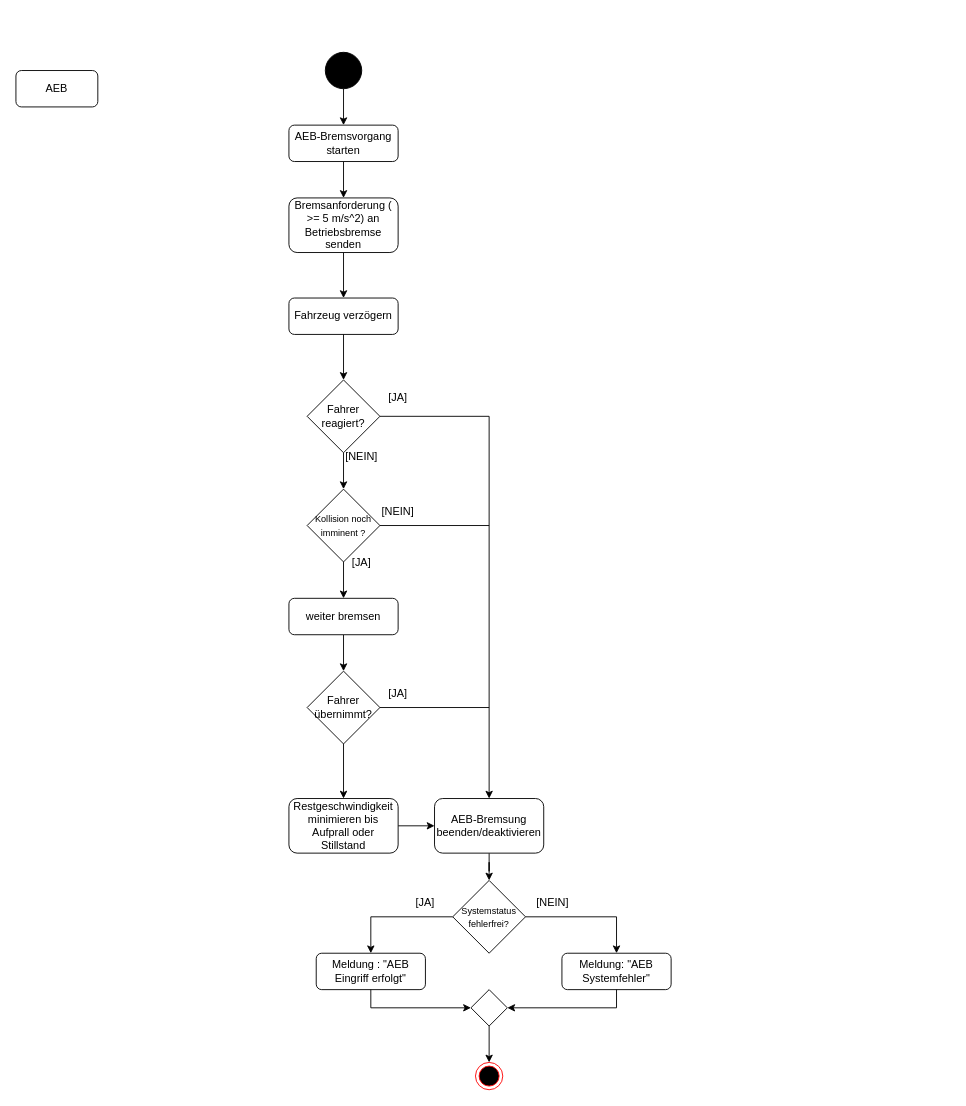
The draw.io diagram Aktivitätsdiagramm/DRAWIO Dateien/Aktivitätsdiagramm_AEB.drawio in Nickcoby/Informatik-in-Fzgsystemen, before the edit. Source tidied: cells renumbered, new cells numbered last; positions are measured from the earlier drawing's top-left corner, leaving out a move shared by most shapes. Both pictures are drawn from the tidied source at 91%, with x=0, y=0 at pixel (15, 52).
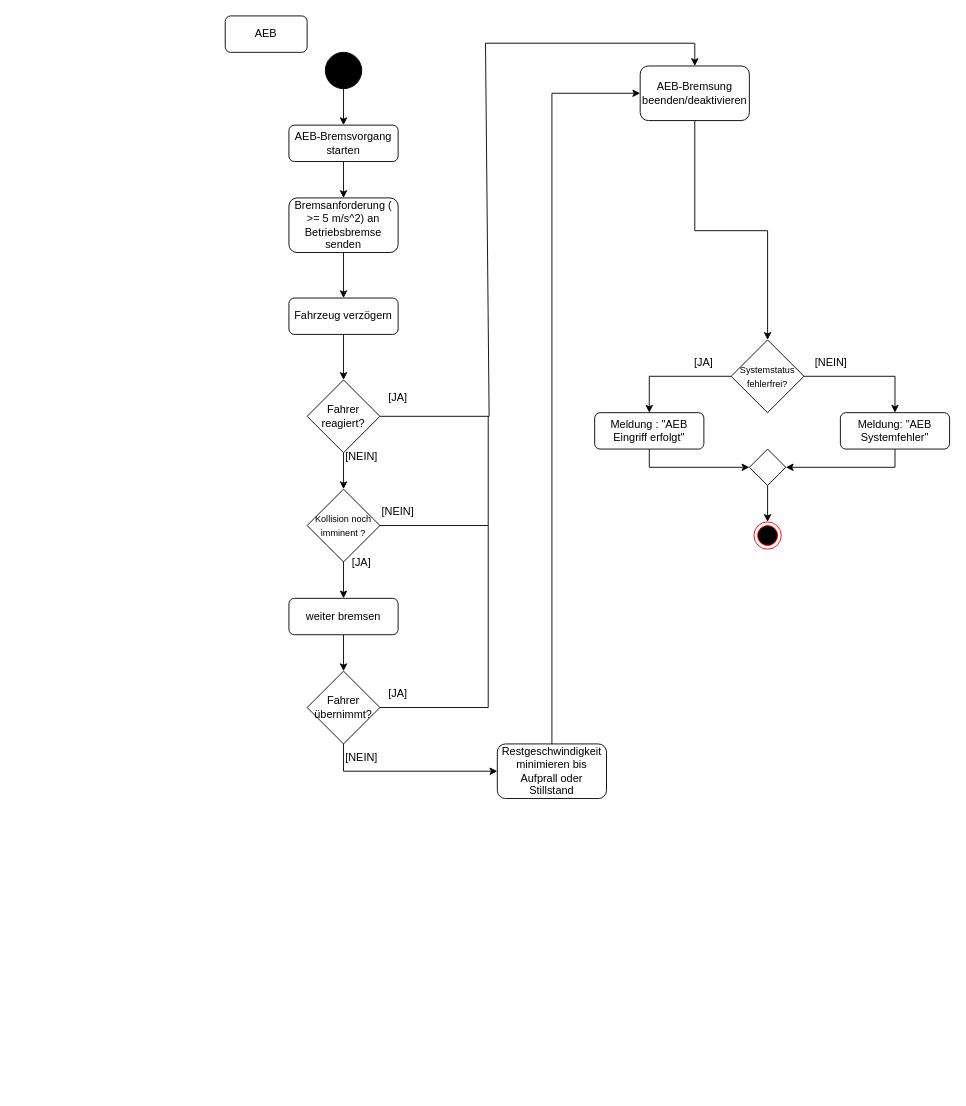
After the change.

Commit message (it also covers changes not shown here):
diagramm damit m,an besser sieht

Unchanged cells that the change refers to:
```xml
<mxCell id="10" value="Fahrer reagiert?" style="rhombus;whiteSpace=wrap;html=1;" parent="1" vertex="1">
  <mxGeometry x="320" y="360" width="80" height="80" as="geometry" />
</mxCell>
<mxCell id="17" value="&lt;font style=&quot;font-size: 10px; line-height: 100%;&quot;&gt;Kollision noch imminent ?&lt;/font&gt;" style="rhombus;whiteSpace=wrap;html=1;" parent="1" vertex="1">
  <mxGeometry x="320" y="480" width="80" height="80" as="geometry" />
</mxCell>
<mxCell id="25" value="Fahrer übernimmt?" style="rhombus;whiteSpace=wrap;html=1;" parent="1" vertex="1">
  <mxGeometry x="320" y="680" width="80" height="80" as="geometry" />
</mxCell>
```

What changed in the source:
```diff
@@
     <mxCell id="8" style="ellipse;html=1;shape=endState;fillColor=#000000;strokeColor=#ff0000;" parent="1" vertex="1">
-      <mxGeometry x="505" y="1110" width="30" height="30" as="geometry" />
+      <mxGeometry x="811" y="516" width="30" height="30" as="geometry" />
     </mxCell>
@@
     <mxCell id="12" style="edgeStyle=orthogonalEdgeStyle;rounded=0;jettySize=auto;html=1;" parent="1" edge="1" source="13" target="31">
-      <mxGeometry relative="1" as="geometry" />
+      <mxGeometry relative="1" as="geometry">
+        <Array as="points">
+          <mxPoint x="746" y="196" />
+          <mxPoint x="826" y="196" />
+        </Array>
+      </mxGeometry>
     </mxCell>
     <mxCell id="13" value="AEB-Bremsung beenden/deaktivieren" style="rounded=1;whiteSpace=wrap;html=1;" parent="1" vertex="1">
-      <mxGeometry x="460" y="820" width="120" height="60" as="geometry" />
+      <mxGeometry x="686" y="15" width="120" height="60" as="geometry" />
     </mxCell>
-    <mxCell id="14" style="endArrow=classic;html=1;rounded=0;exitX=1;exitY=0.5;exitDx=0;exitDy=0;entryX=0.5;entryY=0;entryDx=0;entryDy=0;" parent="1" edge="1" source="10">
+    <mxCell id="14" style="endArrow=classic;html=1;rounded=0;exitX=1;exitY=0.5;exitDx=0;exitDy=0;entryX=0.5;entryY=0;entryDx=0;entryDy=0;" parent="1" edge="1" source="10" target="13">
       <mxGeometry relative="1" as="geometry">
-        <mxPoint x="520" y="820" as="targetPoint" />
         <Array as="points">
           <mxPoint x="520" y="400" />
+          <mxPoint x="516" y="-10" />
+          <mxPoint x="746" y="-10" />
         </Array>
       </mxGeometry>
     </mxCell>
@@
-    <mxCell id="22" style="endArrow=none;html=1;rounded=0;exitX=1;exitY=0.5;exitDx=0;exitDy=0;" parent="1" edge="1" source="17">
-      <mxGeometry relative="1" as="geometry">
-        <mxPoint x="520" y="520" as="targetPoint" />
-      </mxGeometry>
-    </mxCell>
@@
-    <mxCell id="24" style="edgeStyle=orthogonalEdgeStyle;rounded=0;jettySize=auto;html=1;" parent="1" edge="1" source="25" target="29">
-      <mxGeometry relative="1" as="geometry" />
-    </mxCell>
@@
-    <mxCell id="26" style="endArrow=none;html=1;rounded=0;exitX=1;exitY=0.5;exitDx=0;exitDy=0;" parent="1" edge="1" source="25">
-      <mxGeometry relative="1" as="geometry">
-        <mxPoint x="520" y="720" as="targetPoint" />
-      </mxGeometry>
-    </mxCell>
@@
-    <mxCell id="28" style="edgeStyle=orthogonalEdgeStyle;rounded=0;jettySize=auto;html=1;" parent="1" edge="1" source="29" target="13">
-      <mxGeometry relative="1" as="geometry" />
-    </mxCell>
     <mxCell id="29" value="Restgeschwindigkeit minimieren bis Aufprall oder Stillstand" style="rounded=1;whiteSpace=wrap;html=1;" parent="1" vertex="1">
-      <mxGeometry x="300" y="820" width="120" height="60" as="geometry" />
+      <mxGeometry x="529" y="760" width="120" height="60" as="geometry" />
     </mxCell>
@@
     <mxCell id="31" value="&lt;font style=&quot;font-size: 10px;&quot;&gt;Systemstatus fehlerfrei?&lt;/font&gt;" style="rhombus;whiteSpace=wrap;html=1;" parent="1" vertex="1">
-      <mxGeometry x="480" y="910" width="80" height="80" as="geometry" />
+      <mxGeometry x="786" y="316" width="80" height="80" as="geometry" />
     </mxCell>
     <mxCell id="32" value="Meldung : &quot;AEB Eingriff erfolgt&quot;" style="rounded=1;whiteSpace=wrap;html=1;" parent="1" vertex="1">
-      <mxGeometry x="330" y="990" width="120" height="40" as="geometry" />
+      <mxGeometry x="636" y="396" width="120" height="40" as="geometry" />
     </mxCell>
     <mxCell id="33" value="Meldung: &quot;AEB Systemfehler&quot;" style="rounded=1;whiteSpace=wrap;html=1;" parent="1" vertex="1">
-      <mxGeometry x="600" y="990" width="120" height="40" as="geometry" />
+      <mxGeometry x="906" y="396" width="120" height="40" as="geometry" />
     </mxCell>
     <mxCell id="34" style="endArrow=classic;html=1;rounded=0;exitX=0;exitY=0.5;exitDx=0;exitDy=0;entryX=0.5;entryY=0;entryDx=0;entryDy=0;" parent="1" edge="1" source="31" target="32">
       <mxGeometry relative="1" as="geometry">
         <Array as="points">
-          <mxPoint x="390" y="950" />
+          <mxPoint x="696" y="356" />
         </Array>
       </mxGeometry>
     </mxCell>
     <mxCell id="35" style="endArrow=classic;html=1;rounded=0;exitX=1;exitY=0.5;exitDx=0;exitDy=0;entryX=0.5;entryY=0;entryDx=0;entryDy=0;" parent="1" edge="1" source="31" target="33">
       <mxGeometry relative="1" as="geometry">
         <Array as="points">
-          <mxPoint x="660" y="950" />
+          <mxPoint x="966" y="356" />
         </Array>
       </mxGeometry>
     </mxCell>
     <mxCell id="36" style="endArrow=classic;html=1;rounded=0;exitX=0.5;exitY=1;exitDx=0;exitDy=0;entryX=0;entryY=0.5;entryDx=0;entryDy=0;" parent="1" edge="1" source="32" target="37">
       <mxGeometry relative="1" as="geometry">
         <Array as="points">
-          <mxPoint x="390" y="1050" />
+          <mxPoint x="696" y="456" />
         </Array>
       </mxGeometry>
     </mxCell>
     <mxCell id="37" style="rhombus;whiteSpace=wrap;html=1;" parent="1" vertex="1">
-      <mxGeometry x="500" y="1030" width="40" height="40" as="geometry" />
+      <mxGeometry x="806" y="436" width="40" height="40" as="geometry" />
     </mxCell>
     <mxCell id="38" style="endArrow=classic;html=1;rounded=0;exitX=0.5;exitY=1;exitDx=0;exitDy=0;entryX=1;entryY=0.5;entryDx=0;entryDy=0;" parent="1" edge="1" source="33" target="37">
       <mxGeometry relative="1" as="geometry">
         <Array as="points">
-          <mxPoint x="660" y="1050" />
+          <mxPoint x="966" y="456" />
         </Array>
       </mxGeometry>
     </mxCell>
     <mxCell id="39" style="endArrow=classic;html=1;rounded=0;entryX=0.5;entryY=0;entryDx=0;entryDy=0;" parent="1" edge="1" target="8">
       <mxGeometry relative="1" as="geometry">
-        <mxPoint x="520" y="1070" as="sourcePoint" />
+        <mxPoint x="826" y="476" as="sourcePoint" />
       </mxGeometry>
     </mxCell>
     <mxCell id="40" value="[JA]" style="text;html=1;whiteSpace=wrap;strokeColor=none;fillColor=none;align=center;verticalAlign=middle;rounded=0;" parent="1" vertex="1">
-      <mxGeometry x="420" y="920" width="60" height="30" as="geometry" />
+      <mxGeometry x="726" y="326" width="60" height="30" as="geometry" />
     </mxCell>
     <mxCell id="41" value="[NEIN]" style="text;html=1;whiteSpace=wrap;strokeColor=none;fillColor=none;align=center;verticalAlign=middle;rounded=0;" parent="1" vertex="1">
-      <mxGeometry x="560" y="920" width="60" height="30" as="geometry" />
+      <mxGeometry x="866" y="326" width="60" height="30" as="geometry" />
     </mxCell>
     <mxCell id="42" value="AEB" style="rounded=1;whiteSpace=wrap;html=1;" parent="1" vertex="1">
-      <mxGeometry y="20" width="90" height="40" as="geometry" />
+      <mxGeometry x="230" y="-40" width="90" height="40" as="geometry" />
     </mxCell>
+    <mxCell id="43" style="endArrow=none;html=1;rounded=0;exitX=1;exitY=0.5;exitDx=0;exitDy=0;" parent="1" edge="1" source="17">
+      <mxGeometry relative="1" as="geometry">
+        <mxPoint x="519" y="400" as="targetPoint" />
+        <Array as="points">
+          <mxPoint x="519" y="520" />
+        </Array>
+      </mxGeometry>
+    </mxCell>
+    <mxCell id="24" style="endArrow=classic;html=1;rounded=0;exitX=0.5;exitY=1;exitDx=0;exitDy=0;entryX=0;entryY=0.5;entryDx=0;entryDy=0;" parent="1" edge="1" source="25" target="29">
+      <mxGeometry relative="1" as="geometry">
+        <Array as="points">
+          <mxPoint x="360" y="790" />
+        </Array>
+      </mxGeometry>
+    </mxCell>
+    <mxCell id="44" value="[NEIN]" style="text;html=1;whiteSpace=wrap;strokeColor=none;fillColor=none;align=center;verticalAlign=middle;rounded=0;" parent="1" vertex="1">
+      <mxGeometry x="350" y="760" width="60" height="30" as="geometry" />
+    </mxCell>
+    <mxCell id="45" style="endArrow=none;html=1;rounded=0;exitX=1;exitY=0.5;exitDx=0;exitDy=0;" parent="1" edge="1" source="25">
+      <mxGeometry relative="1" as="geometry">
+        <mxPoint x="519" y="520" as="targetPoint" />
+        <Array as="points">
+          <mxPoint x="519" y="720" />
+        </Array>
+      </mxGeometry>
+    </mxCell>
+    <mxCell id="28" style="endArrow=classic;html=1;rounded=0;exitX=0.5;exitY=0;exitDx=0;exitDy=0;entryX=0;entryY=0.5;entryDx=0;entryDy=0;" parent="1" edge="1" source="29" target="13">
+      <mxGeometry relative="1" as="geometry">
+        <Array as="points">
+          <mxPoint x="589" y="45" />
+        </Array>
+      </mxGeometry>
+    </mxCell>
```
